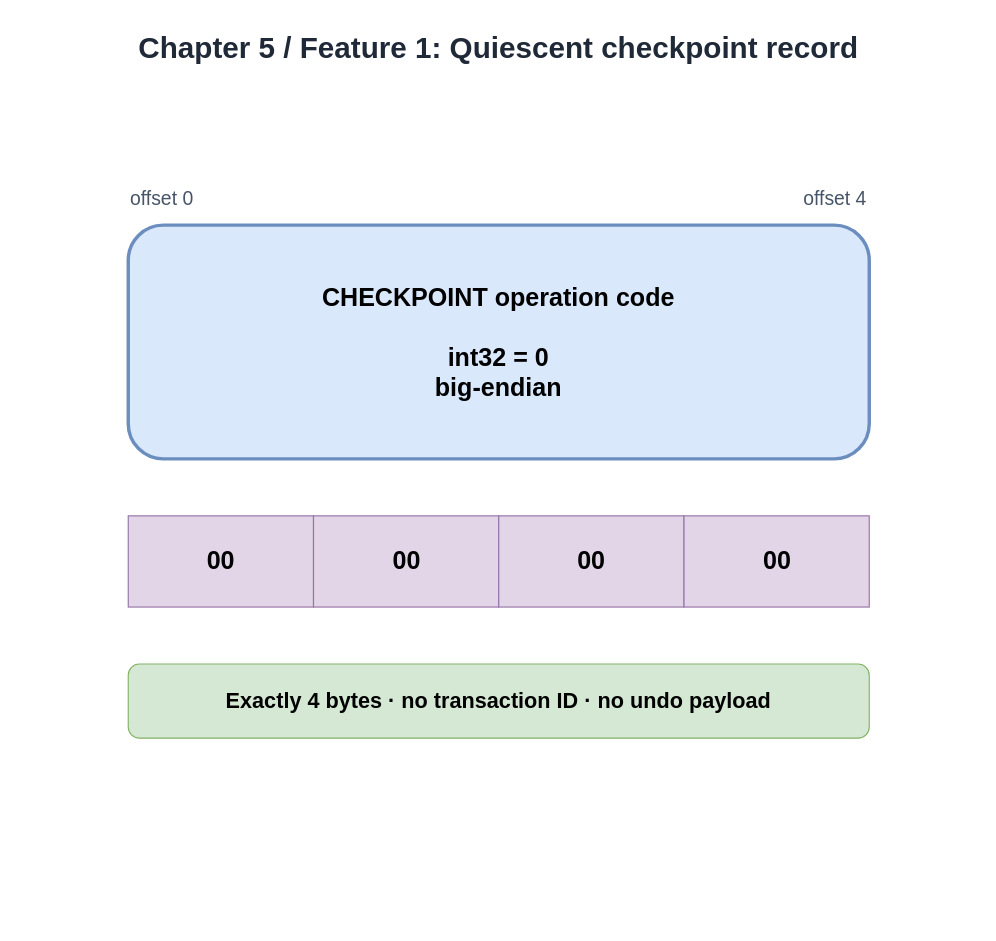
Before: docs/diagrams/ch05-checkpoint-record.drawio in Rwatana/simledb_in_go, a draw.io diagram. Source tidied: cells renumbered, new cells numbered last; positions are measured from the earlier drawing's top-left corner, leaving out a move shared by most shapes. Both pictures are drawn from the tidied source at 114%, with x=0, y=0 at pixel (19, 19).
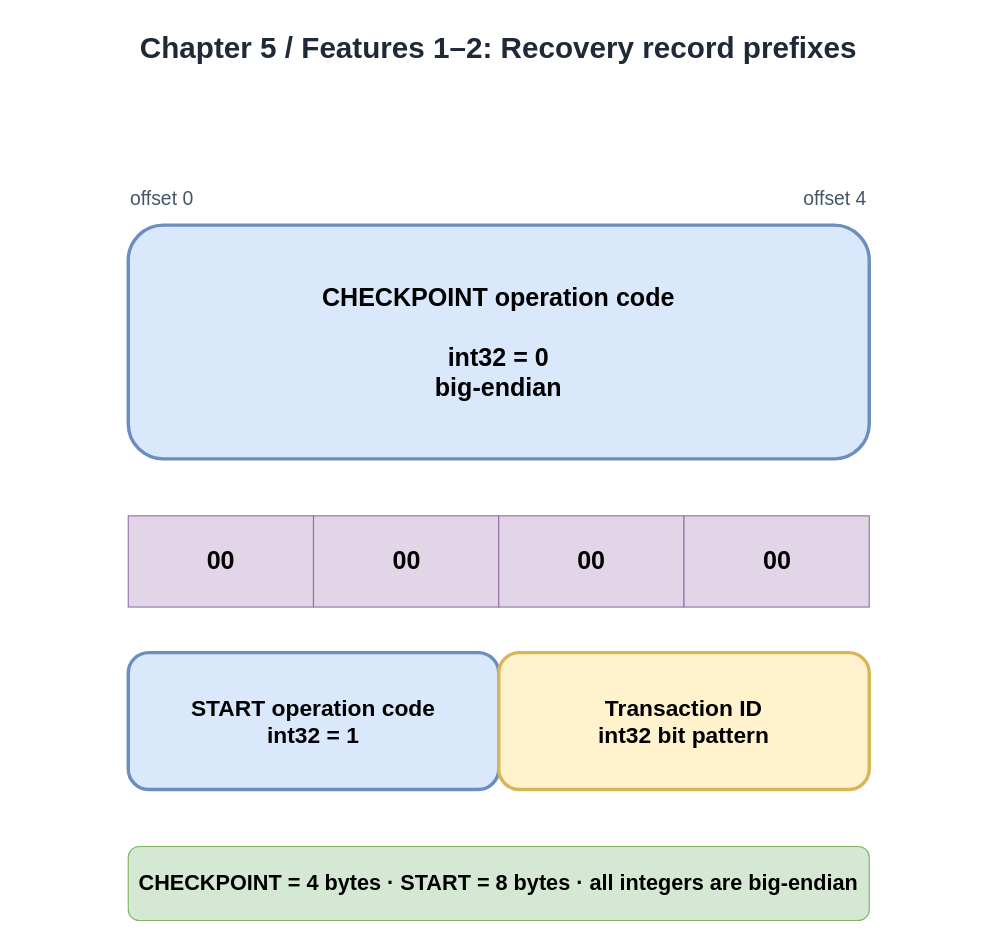
The same page after the edit.

Commit message (it also covers changes not shown here):
feat: encode transaction start record

Diff of the diagram source:
```diff
@@
 <mxGraphModel>
   <root>
     <mxCell id="0" />
     <mxCell id="1" parent="0" />
-    <mxCell id="2" value="Chapter 5 / Feature 1: Quiescent checkpoint record" style="text;html=1;strokeColor=none;fillColor=none;align=center;verticalAlign=middle;whiteSpace=wrap;fontSize=26;fontStyle=1;fontColor=#1f2937;" parent="1" vertex="1">
+    <mxCell id="2" value="Chapter 5 / Features 1–2: Recovery record prefixes" style="text;html=1;strokeColor=none;fillColor=none;align=center;verticalAlign=middle;whiteSpace=wrap;fontSize=26;fontStyle=1;fontColor=#1f2937;" parent="1" vertex="1">
       <mxGeometry width="840" height="50" as="geometry" />
     </mxCell>
     <mxCell id="3" value="offset 0" style="text;html=1;strokeColor=none;fillColor=none;align=left;verticalAlign=middle;whiteSpace=wrap;fontSize=17;fontColor=#475569;" parent="1" vertex="1">
       <mxGeometry x="95" y="140" width="120" height="35" as="geometry" />
     </mxCell>
     <mxCell id="4" value="offset 4" style="text;html=1;strokeColor=none;fillColor=none;align=right;verticalAlign=middle;whiteSpace=wrap;fontSize=17;fontColor=#475569;" parent="1" vertex="1">
       <mxGeometry x="625" y="140" width="120" height="35" as="geometry" />
     </mxCell>
     <mxCell id="5" value="CHECKPOINT operation code&#10;&#10;int32 = 0&#10;big-endian" style="rounded=1;whiteSpace=wrap;html=1;fillColor=#dae8fc;strokeColor=#6c8ebf;strokeWidth=3;fontSize=22;fontStyle=1;" parent="1" vertex="1">
       <mxGeometry x="95" y="180" width="650" height="205" as="geometry" />
     </mxCell>
     <mxCell id="6" value="00" style="rounded=0;whiteSpace=wrap;html=1;fillColor=#e1d5e7;strokeColor=#9673a6;fontSize=22;fontStyle=1;" parent="1" vertex="1">
       <mxGeometry x="95" y="435" width="162.5" height="80" as="geometry" />
     </mxCell>
     <mxCell id="7" value="00" style="rounded=0;whiteSpace=wrap;html=1;fillColor=#e1d5e7;strokeColor=#9673a6;fontSize=22;fontStyle=1;" parent="1" vertex="1">
       <mxGeometry x="257.5" y="435" width="162.5" height="80" as="geometry" />
     </mxCell>
     <mxCell id="8" value="00" style="rounded=0;whiteSpace=wrap;html=1;fillColor=#e1d5e7;strokeColor=#9673a6;fontSize=22;fontStyle=1;" parent="1" vertex="1">
       <mxGeometry x="420" y="435" width="162.5" height="80" as="geometry" />
     </mxCell>
     <mxCell id="9" value="00" style="rounded=0;whiteSpace=wrap;html=1;fillColor=#e1d5e7;strokeColor=#9673a6;fontSize=22;fontStyle=1;" parent="1" vertex="1">
       <mxGeometry x="582.5" y="435" width="162.5" height="80" as="geometry" />
     </mxCell>
+    <mxCell id="11" value="START operation code&#10;int32 = 1" style="rounded=1;whiteSpace=wrap;html=1;fillColor=#dae8fc;strokeColor=#6c8ebf;strokeWidth=3;fontSize=20;fontStyle=1;" parent="1" vertex="1">
+      <mxGeometry x="95" y="555" width="325" height="120" as="geometry" />
+    </mxCell>
+    <mxCell id="12" value="Transaction ID&#10;int32 bit pattern" style="rounded=1;whiteSpace=wrap;html=1;fillColor=#fff2cc;strokeColor=#d6b656;strokeWidth=3;fontSize=20;fontStyle=1;" parent="1" vertex="1">
+      <mxGeometry x="420" y="555" width="325" height="120" as="geometry" />
+    </mxCell>
-    <mxCell id="10" value="Exactly 4 bytes · no transaction ID · no undo payload" style="rounded=1;whiteSpace=wrap;html=1;fillColor=#d5e8d4;strokeColor=#82b366;fontSize=19;fontStyle=1;" parent="1" vertex="1">
-      <mxGeometry x="95" y="565" width="650" height="65" as="geometry" />
+    <mxCell id="10" value="CHECKPOINT = 4 bytes · START = 8 bytes · all integers are big-endian" style="rounded=1;whiteSpace=wrap;html=1;fillColor=#d5e8d4;strokeColor=#82b366;fontSize=19;fontStyle=1;" parent="1" vertex="1">
+      <mxGeometry x="95" y="725" width="650" height="65" as="geometry" />
     </mxCell>
   </root>
 </mxGraphModel>
```
